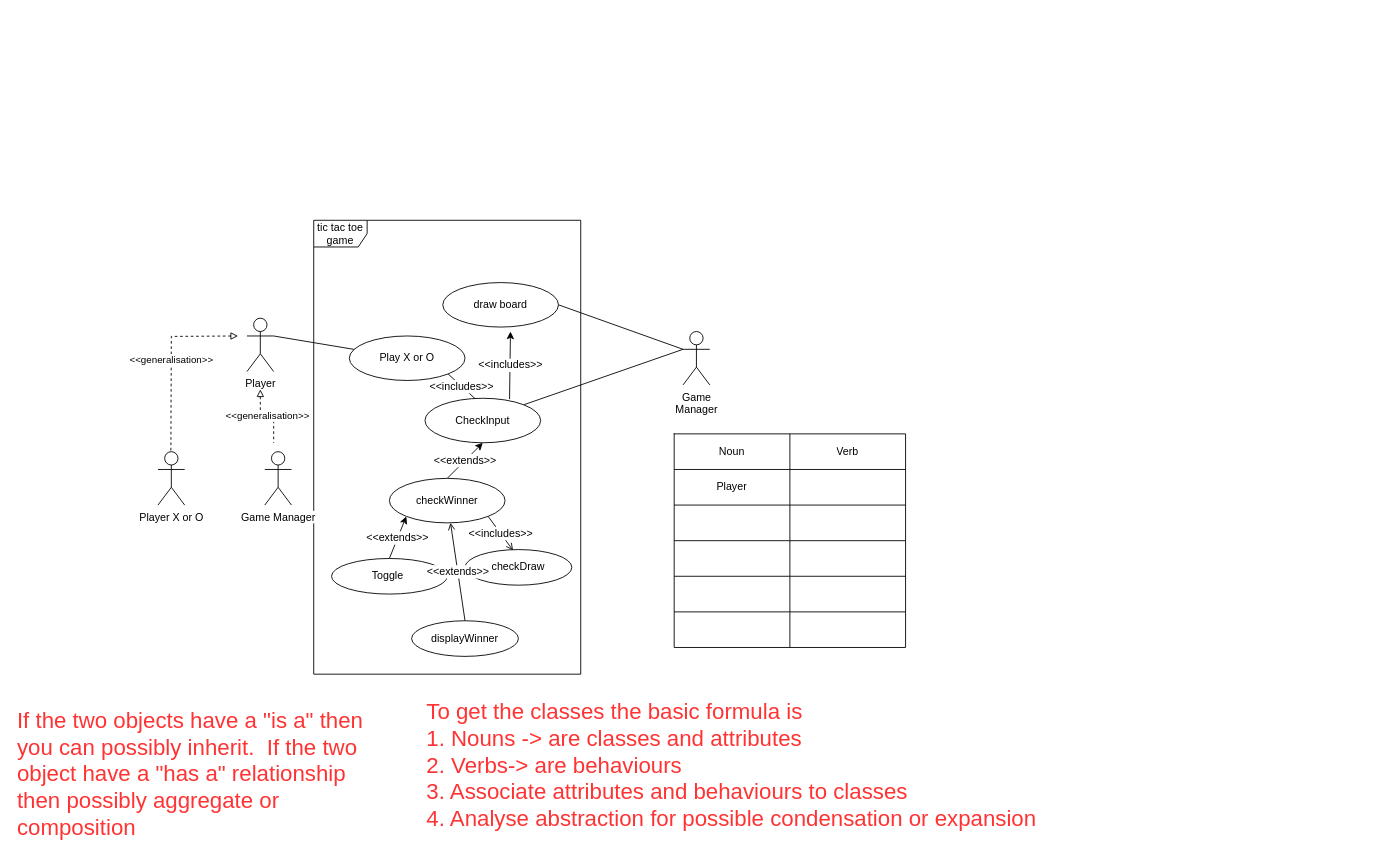
The draw.io diagram schema/tictactoe-usecase2.drawio in deeperj/rust, before the edit. Source tidied: cells renumbered, new cells numbered last; positions are measured from the earlier drawing's top-left corner, leaving out a move shared by most shapes. Both pictures are drawn from the tidied source at 89%, with x=0, y=0 at pixel (15, 220).
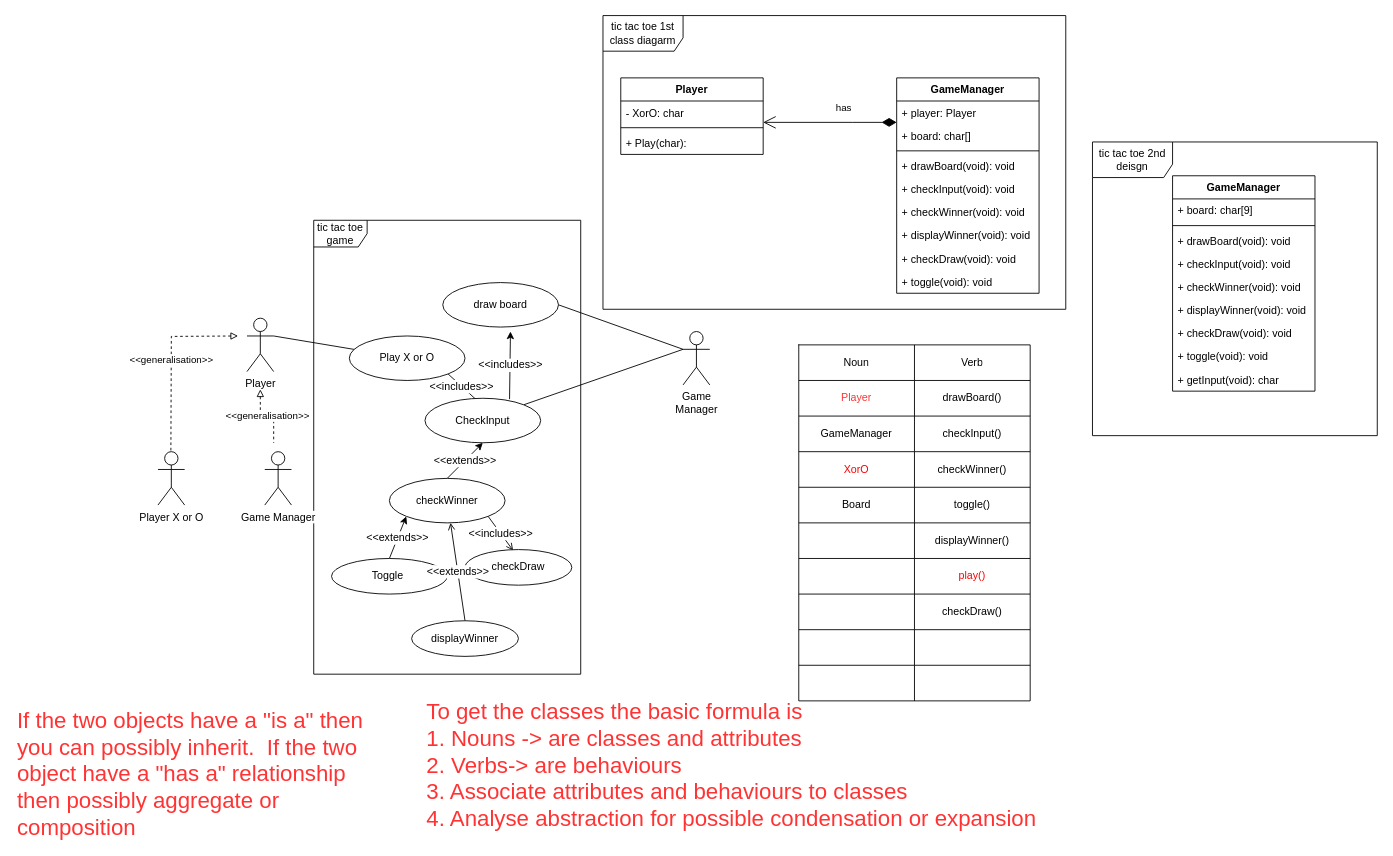
The same page after the edit.

Unchanged cells that the change refers to:
```xml
<mxCell id="31" style="shape=partialRectangle;html=1;whiteSpace=wrap;fillColor=none;top=0;left=0;bottom=0;right=0;" parent="27" vertex="1">
  <mxGeometry y="40" width="260" height="40" as="geometry" />
</mxCell>
<mxCell id="34" style="shape=partialRectangle;html=1;whiteSpace=wrap;fillColor=none;top=0;left=0;bottom=0;right=0;" parent="27" vertex="1">
  <mxGeometry y="80" width="260" height="40" as="geometry" />
</mxCell>
<mxCell id="37" style="shape=partialRectangle;html=1;whiteSpace=wrap;fillColor=none;top=0;left=0;bottom=0;right=0;" parent="27" vertex="1">
  <mxGeometry y="120" width="260" height="40" as="geometry" />
</mxCell>
<mxCell id="40" style="shape=partialRectangle;html=1;whiteSpace=wrap;fillColor=none;top=0;left=0;bottom=0;right=0;" parent="27" vertex="1">
  <mxGeometry y="160" width="260" height="40" as="geometry" />
</mxCell>
<mxCell id="43" style="shape=partialRectangle;html=1;whiteSpace=wrap;fillColor=none;top=0;left=0;bottom=0;right=0;" parent="27" vertex="1">
  <mxGeometry y="200" width="260" height="40" as="geometry" />
</mxCell>
```

The edit, as a diff of the source:
```diff
@@
+    <mxCell id="46" value="tic tac toe 2nd deisgn" style="shape=umlFrame;whiteSpace=wrap;html=1;width=90;height=40;" parent="1" vertex="1">
+      <mxGeometry x="1210" y="-88" width="320" height="330" as="geometry" />
+    </mxCell>
@@
     <mxCell id="27" style="shape=table;html=1;whiteSpace=wrap;startSize=0;childLayout=tableLayout;" parent="1" vertex="1">
-      <mxGeometry x="740" y="240" width="260" height="240" as="geometry" />
+      <mxGeometry x="880" y="140" width="260" height="400" as="geometry" />
     </mxCell>
@@
-    <mxCell id="32" value="Player" style="shape=partialRectangle;html=1;whiteSpace=wrap;overflow=hidden;fillColor=none;top=0;left=0;bottom=0;right=0;" parent="31" vertex="1">
+    <mxCell id="32" value="Player" style="shape=partialRectangle;html=1;whiteSpace=wrap;overflow=hidden;fillColor=none;top=0;left=0;bottom=0;right=0;fontColor=#FF3333;" parent="31" vertex="1">
       <mxGeometry width="130" height="40" as="geometry" />
     </mxCell>
-    <mxCell id="33" style="shape=partialRectangle;html=1;whiteSpace=wrap;overflow=hidden;fillColor=none;top=0;left=0;bottom=0;right=0;" parent="31" vertex="1">
+    <mxCell id="33" value="drawBoard()" style="shape=partialRectangle;html=1;whiteSpace=wrap;overflow=hidden;fillColor=none;top=0;left=0;bottom=0;right=0;" parent="31" vertex="1">
       <mxGeometry x="130" width="130" height="40" as="geometry" />
     </mxCell>
@@
-    <mxCell id="35" style="shape=partialRectangle;html=1;whiteSpace=wrap;overflow=hidden;fillColor=none;top=0;left=0;bottom=0;right=0;" parent="34" vertex="1">
+    <mxCell id="35" value="GameManager" style="shape=partialRectangle;html=1;whiteSpace=wrap;overflow=hidden;fillColor=none;top=0;left=0;bottom=0;right=0;" parent="34" vertex="1">
       <mxGeometry width="130" height="40" as="geometry" />
     </mxCell>
-    <mxCell id="36" style="shape=partialRectangle;html=1;whiteSpace=wrap;overflow=hidden;fillColor=none;top=0;left=0;bottom=0;right=0;" parent="34" vertex="1">
+    <mxCell id="36" value="checkInput()" style="shape=partialRectangle;html=1;whiteSpace=wrap;overflow=hidden;fillColor=none;top=0;left=0;bottom=0;right=0;" parent="34" vertex="1">
       <mxGeometry x="130" width="130" height="40" as="geometry" />
     </mxCell>
@@
-    <mxCell id="38" style="shape=partialRectangle;html=1;whiteSpace=wrap;overflow=hidden;fillColor=none;top=0;left=0;bottom=0;right=0;" parent="37" vertex="1">
+    <mxCell id="38" value="XorO" style="shape=partialRectangle;html=1;whiteSpace=wrap;overflow=hidden;fillColor=none;top=0;left=0;bottom=0;right=0;fontColor=#FF0000;" parent="37" vertex="1">
       <mxGeometry width="130" height="40" as="geometry" />
     </mxCell>
-    <mxCell id="39" style="shape=partialRectangle;html=1;whiteSpace=wrap;overflow=hidden;fillColor=none;top=0;left=0;bottom=0;right=0;" parent="37" vertex="1">
+    <mxCell id="39" value="checkWinner()" style="shape=partialRectangle;html=1;whiteSpace=wrap;overflow=hidden;fillColor=none;top=0;left=0;bottom=0;right=0;" parent="37" vertex="1">
       <mxGeometry x="130" width="130" height="40" as="geometry" />
     </mxCell>
@@
-    <mxCell id="41" style="shape=partialRectangle;html=1;whiteSpace=wrap;overflow=hidden;fillColor=none;top=0;left=0;bottom=0;right=0;" parent="40" vertex="1">
+    <mxCell id="41" value="Board" style="shape=partialRectangle;html=1;whiteSpace=wrap;overflow=hidden;fillColor=none;top=0;left=0;bottom=0;right=0;" parent="40" vertex="1">
       <mxGeometry width="130" height="40" as="geometry" />
     </mxCell>
-    <mxCell id="42" style="shape=partialRectangle;html=1;whiteSpace=wrap;overflow=hidden;fillColor=none;top=0;left=0;bottom=0;right=0;" parent="40" vertex="1">
+    <mxCell id="42" value="toggle()" style="shape=partialRectangle;html=1;whiteSpace=wrap;overflow=hidden;fillColor=none;top=0;left=0;bottom=0;right=0;" parent="40" vertex="1">
       <mxGeometry x="130" width="130" height="40" as="geometry" />
     </mxCell>
@@
-    <mxCell id="45" style="shape=partialRectangle;html=1;whiteSpace=wrap;overflow=hidden;fillColor=none;top=0;left=0;bottom=0;right=0;" parent="43" vertex="1">
+    <mxCell id="45" value="displayWinner()" style="shape=partialRectangle;html=1;whiteSpace=wrap;overflow=hidden;fillColor=none;top=0;left=0;bottom=0;right=0;" parent="43" vertex="1">
       <mxGeometry x="130" width="130" height="40" as="geometry" />
     </mxCell>
+    <mxCell id="47" style="shape=partialRectangle;html=1;whiteSpace=wrap;fillColor=none;top=0;left=0;bottom=0;right=0;" parent="27" vertex="1">
+      <mxGeometry y="240" width="260" height="40" as="geometry" />
+    </mxCell>
+    <mxCell id="48" style="shape=partialRectangle;html=1;whiteSpace=wrap;overflow=hidden;fillColor=none;top=0;left=0;bottom=0;right=0;" parent="47" vertex="1">
+      <mxGeometry width="130" height="40" as="geometry" />
+    </mxCell>
+    <mxCell id="49" value="play()" style="shape=partialRectangle;html=1;whiteSpace=wrap;overflow=hidden;fillColor=none;top=0;left=0;bottom=0;right=0;fontColor=#FF0000;" parent="47" vertex="1">
+      <mxGeometry x="130" width="130" height="40" as="geometry" />
+    </mxCell>
+    <mxCell id="50" style="shape=partialRectangle;html=1;whiteSpace=wrap;fillColor=none;top=0;left=0;bottom=0;right=0;" parent="27" vertex="1">
+      <mxGeometry y="280" width="260" height="40" as="geometry" />
+    </mxCell>
+    <mxCell id="51" style="shape=partialRectangle;html=1;whiteSpace=wrap;overflow=hidden;fillColor=none;top=0;left=0;bottom=0;right=0;" parent="50" vertex="1">
+      <mxGeometry width="130" height="40" as="geometry" />
+    </mxCell>
+    <mxCell id="52" value="checkDraw()" style="shape=partialRectangle;html=1;whiteSpace=wrap;overflow=hidden;fillColor=none;top=0;left=0;bottom=0;right=0;" parent="50" vertex="1">
+      <mxGeometry x="130" width="130" height="40" as="geometry" />
+    </mxCell>
+    <mxCell id="53" style="shape=partialRectangle;html=1;whiteSpace=wrap;fillColor=none;top=0;left=0;bottom=0;right=0;" parent="27" vertex="1">
+      <mxGeometry y="320" width="260" height="40" as="geometry" />
+    </mxCell>
+    <mxCell id="54" style="shape=partialRectangle;html=1;whiteSpace=wrap;overflow=hidden;fillColor=none;top=0;left=0;bottom=0;right=0;" parent="53" vertex="1">
+      <mxGeometry width="130" height="40" as="geometry" />
+    </mxCell>
+    <mxCell id="55" style="shape=partialRectangle;html=1;whiteSpace=wrap;overflow=hidden;fillColor=none;top=0;left=0;bottom=0;right=0;" parent="53" vertex="1">
+      <mxGeometry x="130" width="130" height="40" as="geometry" />
+    </mxCell>
+    <mxCell id="56" style="shape=partialRectangle;html=1;whiteSpace=wrap;fillColor=none;top=0;left=0;bottom=0;right=0;" parent="27" vertex="1">
+      <mxGeometry y="360" width="260" height="40" as="geometry" />
+    </mxCell>
+    <mxCell id="57" style="shape=partialRectangle;html=1;whiteSpace=wrap;overflow=hidden;fillColor=none;top=0;left=0;bottom=0;right=0;" parent="56" vertex="1">
+      <mxGeometry width="130" height="40" as="geometry" />
+    </mxCell>
+    <mxCell id="58" style="shape=partialRectangle;html=1;whiteSpace=wrap;overflow=hidden;fillColor=none;top=0;left=0;bottom=0;right=0;" parent="56" vertex="1">
+      <mxGeometry x="130" width="130" height="40" as="geometry" />
+    </mxCell>
+    <mxCell id="59" value="Player" style="swimlane;fontStyle=1;align=center;verticalAlign=top;horizontal=1;startSize=26;" parent="1" vertex="1">
+      <mxGeometry x="680" y="-160" width="160" height="86" as="geometry" />
+    </mxCell>
+    <mxCell id="60" value="- XorO: char" style="text;strokeColor=none;fillColor=none;align=left;verticalAlign=top;spacingLeft=4;spacingRight=4;overflow=hidden;" parent="59" vertex="1">
+      <mxGeometry y="26" width="160" height="26" as="geometry" />
+    </mxCell>
+    <mxCell id="61" style="line;strokeWidth=1;fillColor=none;align=left;verticalAlign=middle;spacingTop=-1;spacingLeft=3;spacingRight=3;labelPosition=right;" parent="59" vertex="1">
+      <mxGeometry y="52" width="160" height="8" as="geometry" />
+    </mxCell>
+    <mxCell id="62" value="+ Play(char): " style="text;strokeColor=none;fillColor=none;align=left;verticalAlign=top;spacingLeft=4;spacingRight=4;overflow=hidden;" parent="59" vertex="1">
+      <mxGeometry y="60" width="160" height="26" as="geometry" />
+    </mxCell>
+    <mxCell id="63" value="GameManager" style="swimlane;fontStyle=1;align=center;verticalAlign=top;horizontal=1;startSize=26;" parent="1" vertex="1">
+      <mxGeometry x="990" y="-160" width="160" height="242" as="geometry" />
+    </mxCell>
+    <mxCell id="64" value="+ player: Player" style="text;strokeColor=none;fillColor=none;align=left;verticalAlign=top;spacingLeft=4;spacingRight=4;overflow=hidden;" parent="63" vertex="1">
+      <mxGeometry y="26" width="160" height="26" as="geometry" />
+    </mxCell>
+    <mxCell id="65" value="+ board: char[]" style="text;strokeColor=none;fillColor=none;align=left;verticalAlign=top;spacingLeft=4;spacingRight=4;overflow=hidden;" parent="63" vertex="1">
+      <mxGeometry y="52" width="160" height="26" as="geometry" />
+    </mxCell>
+    <mxCell id="66" style="line;strokeWidth=1;fillColor=none;align=left;verticalAlign=middle;spacingTop=-1;spacingLeft=3;spacingRight=3;labelPosition=right;" parent="63" vertex="1">
+      <mxGeometry y="78" width="160" height="8" as="geometry" />
+    </mxCell>
+    <mxCell id="67" value="+ drawBoard(void): void" style="text;strokeColor=none;fillColor=none;align=left;verticalAlign=top;spacingLeft=4;spacingRight=4;overflow=hidden;" parent="63" vertex="1">
+      <mxGeometry y="86" width="160" height="26" as="geometry" />
+    </mxCell>
+    <mxCell id="68" value="+ checkInput(void): void" style="text;strokeColor=none;fillColor=none;align=left;verticalAlign=top;spacingLeft=4;spacingRight=4;overflow=hidden;" parent="63" vertex="1">
+      <mxGeometry y="112" width="160" height="26" as="geometry" />
+    </mxCell>
+    <mxCell id="69" value="+ checkWinner(void): void" style="text;strokeColor=none;fillColor=none;align=left;verticalAlign=top;spacingLeft=4;spacingRight=4;overflow=hidden;" parent="63" vertex="1">
+      <mxGeometry y="138" width="160" height="26" as="geometry" />
+    </mxCell>
+    <mxCell id="70" value="+ displayWinner(void): void" style="text;strokeColor=none;fillColor=none;align=left;verticalAlign=top;spacingLeft=4;spacingRight=4;overflow=hidden;" parent="63" vertex="1">
+      <mxGeometry y="164" width="160" height="26" as="geometry" />
+    </mxCell>
+    <mxCell id="71" value="+ checkDraw(void): void" style="text;strokeColor=none;fillColor=none;align=left;verticalAlign=top;spacingLeft=4;spacingRight=4;overflow=hidden;" parent="63" vertex="1">
+      <mxGeometry y="190" width="160" height="26" as="geometry" />
+    </mxCell>
+    <mxCell id="72" value="+ toggle(void): void" style="text;strokeColor=none;fillColor=none;align=left;verticalAlign=top;spacingLeft=4;spacingRight=4;overflow=hidden;" parent="63" vertex="1">
+      <mxGeometry y="216" width="160" height="26" as="geometry" />
+    </mxCell>
+    <mxCell id="73" value="has" style="endArrow=open;html=1;endSize=12;startArrow=diamondThin;startSize=14;startFill=1;edgeStyle=orthogonalEdgeStyle;align=left;verticalAlign=bottom;fontColor=#000000;" parent="1" edge="1" source="63" target="59">
+      <mxGeometry x="-0.07" y="-7" relative="1" as="geometry">
+        <Array as="points">
+          <mxPoint x="950" y="-110" />
+          <mxPoint x="950" y="-110" />
+        </Array>
+      </mxGeometry>
+    </mxCell>
+    <mxCell id="74" value="tic tac toe 1st class diagarm" style="shape=umlFrame;whiteSpace=wrap;html=1;width=90;height=40;" parent="1" vertex="1">
+      <mxGeometry x="660" y="-230" width="520" height="330" as="geometry" />
+    </mxCell>
+    <mxCell id="75" value="GameManager" style="swimlane;fontStyle=1;align=center;verticalAlign=top;horizontal=1;startSize=26;" parent="1" vertex="1">
+      <mxGeometry x="1300" y="-50" width="160" height="242" as="geometry" />
+    </mxCell>
+    <mxCell id="76" value="+ board: char[9]" style="text;strokeColor=none;fillColor=none;align=left;verticalAlign=top;spacingLeft=4;spacingRight=4;overflow=hidden;" parent="75" vertex="1">
+      <mxGeometry y="26" width="160" height="26" as="geometry" />
+    </mxCell>
+    <mxCell id="77" style="line;strokeWidth=1;fillColor=none;align=left;verticalAlign=middle;spacingTop=-1;spacingLeft=3;spacingRight=3;labelPosition=right;" parent="75" vertex="1">
+      <mxGeometry y="52" width="160" height="8" as="geometry" />
+    </mxCell>
+    <mxCell id="78" value="+ drawBoard(void): void" style="text;strokeColor=none;fillColor=none;align=left;verticalAlign=top;spacingLeft=4;spacingRight=4;overflow=hidden;" parent="75" vertex="1">
+      <mxGeometry y="60" width="160" height="26" as="geometry" />
+    </mxCell>
+    <mxCell id="79" value="+ checkInput(void): void" style="text;strokeColor=none;fillColor=none;align=left;verticalAlign=top;spacingLeft=4;spacingRight=4;overflow=hidden;" parent="75" vertex="1">
+      <mxGeometry y="86" width="160" height="26" as="geometry" />
+    </mxCell>
+    <mxCell id="80" value="+ checkWinner(void): void" style="text;strokeColor=none;fillColor=none;align=left;verticalAlign=top;spacingLeft=4;spacingRight=4;overflow=hidden;" parent="75" vertex="1">
+      <mxGeometry y="112" width="160" height="26" as="geometry" />
+    </mxCell>
+    <mxCell id="81" value="+ displayWinner(void): void" style="text;strokeColor=none;fillColor=none;align=left;verticalAlign=top;spacingLeft=4;spacingRight=4;overflow=hidden;" parent="75" vertex="1">
+      <mxGeometry y="138" width="160" height="26" as="geometry" />
+    </mxCell>
+    <mxCell id="82" value="+ checkDraw(void): void" style="text;strokeColor=none;fillColor=none;align=left;verticalAlign=top;spacingLeft=4;spacingRight=4;overflow=hidden;" parent="75" vertex="1">
+      <mxGeometry y="164" width="160" height="26" as="geometry" />
+    </mxCell>
+    <mxCell id="83" value="+ toggle(void): void" style="text;strokeColor=none;fillColor=none;align=left;verticalAlign=top;spacingLeft=4;spacingRight=4;overflow=hidden;" parent="75" vertex="1">
+      <mxGeometry y="190" width="160" height="26" as="geometry" />
+    </mxCell>
+    <mxCell id="84" value="+ getInput(void): char" style="text;strokeColor=none;fillColor=none;align=left;verticalAlign=top;spacingLeft=4;spacingRight=4;overflow=hidden;" parent="75" vertex="1">
+      <mxGeometry y="216" width="160" height="26" as="geometry" />
+    </mxCell>
```
